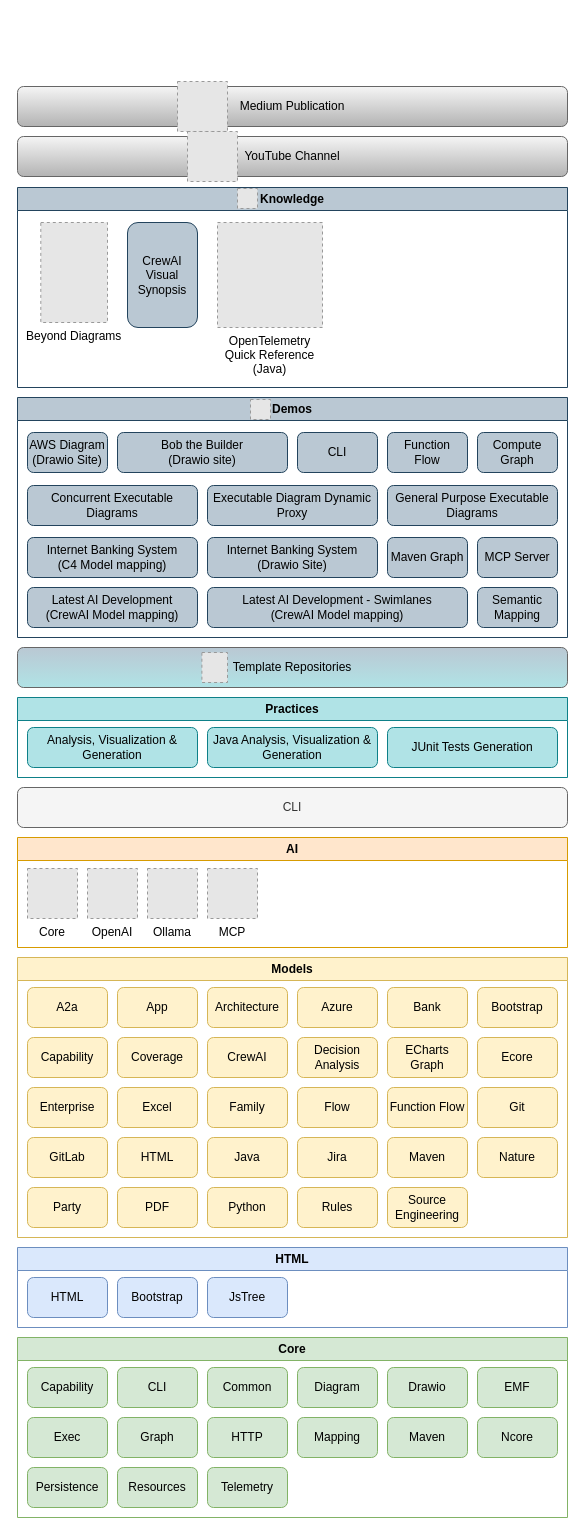
Earlier version of the draw.io diagram model/nasdanika.drawio (Nasdanika/nasdanika.github.io). Source tidied: cells renumbered, new cells numbered last; positions are measured from the earlier drawing's top-left corner, leaving out a move shared by most shapes. Both pictures are drawn from the tidied source at 100%, with x=0, y=0 at pixel (17, 81). Pictures stored in the file or linked from it are replaced by grey dashed boxes.
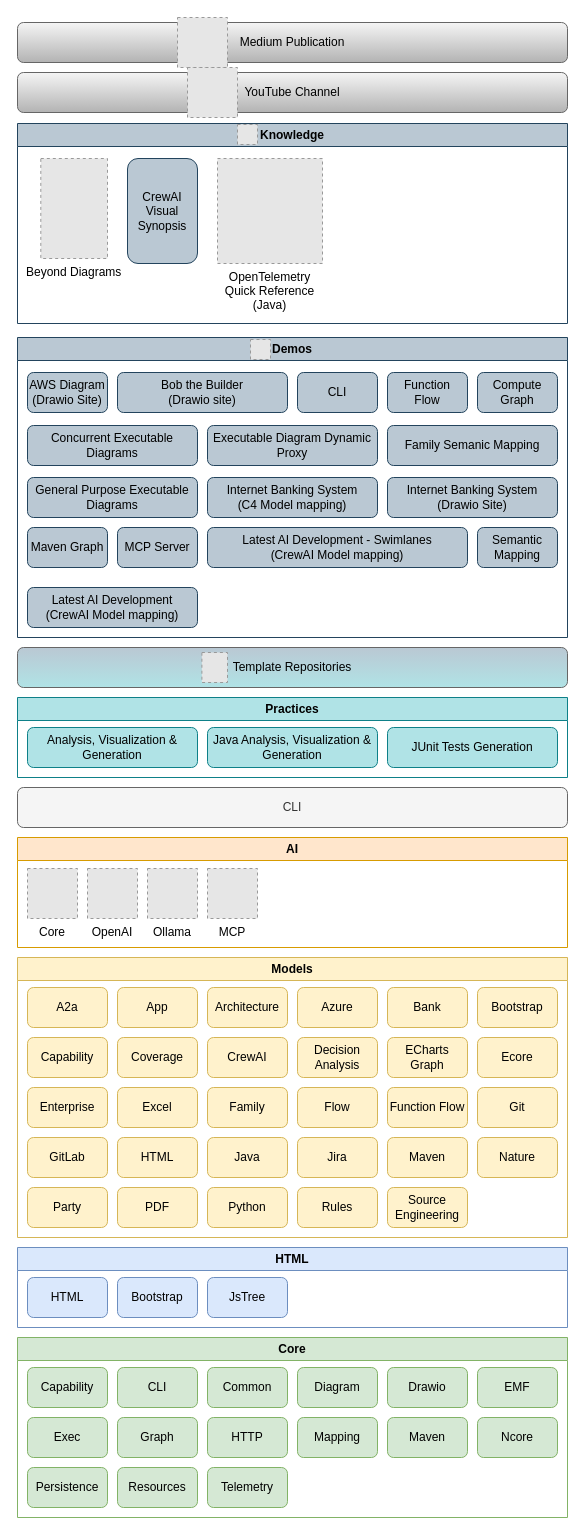
Above is the later version.

What changed in the source:
```diff
@@
     <mxCell id="56" value="Knowledge" style="swimlane;whiteSpace=wrap;html=1;fillColor=#bac8d3;strokeColor=#23445d;" parent="1" vertex="1">
-      <mxGeometry y="106" width="550" height="200" as="geometry" />
+      <mxGeometry y="42" width="550" height="200" as="geometry" />
     </mxCell>
@@
     <mxCell id="62" value="YouTube Channel" style="rounded=1;whiteSpace=wrap;html=1;fillColor=#f5f5f5;strokeColor=#666666;gradientColor=#b3b3b3;" parent="1" vertex="1">
-      <mxGeometry y="55" width="550" height="40" as="geometry" />
+      <mxGeometry y="-9" width="550" height="40" as="geometry" />
     </mxCell>
     <mxCell id="63" value="Medium Publication" style="rounded=1;whiteSpace=wrap;html=1;fillColor=#f5f5f5;strokeColor=#666666;gradientColor=#b3b3b3;" parent="1" vertex="1">
-      <mxGeometry y="5" width="550" height="40" as="geometry" />
+      <mxGeometry y="-59" width="550" height="40" as="geometry" />
     </mxCell>
     <mxCell id="64" style="fillColor=#E6E6E6;strokeColor=#999999;dashed=1;verticalLabelPosition=bottom;labelBackgroundColor=default;verticalAlign=top;" parent="1" vertex="1">
-      <mxGeometry x="160" width="50" height="50" as="geometry" />
+      <mxGeometry x="160" y="-64" width="50" height="50" as="geometry" />
     </mxCell>
     <mxCell id="65" style="fillColor=#E6E6E6;strokeColor=#999999;dashed=1;verticalLabelPosition=bottom;labelBackgroundColor=default;verticalAlign=top;" parent="1" vertex="1">
-      <mxGeometry x="170" y="50" width="50" height="50" as="geometry" />
+      <mxGeometry x="170" y="-14" width="50" height="50" as="geometry" />
     </mxCell>
@@
     <mxCell id="68" value="Demos" style="swimlane;whiteSpace=wrap;html=1;fillColor=#bac8d3;strokeColor=#23445d;" parent="1" vertex="1">
-      <mxGeometry y="316" width="550" height="240" as="geometry" />
+      <mxGeometry y="256" width="550" height="300" as="geometry" />
     </mxCell>
@@
     <mxCell id="75" value="General Purpose Executable Diagrams" style="rounded=1;whiteSpace=wrap;html=1;fillColor=#bac8d3;strokeColor=#23445d;" parent="68" vertex="1">
-      <mxGeometry x="370" y="88" width="170" height="40" as="geometry" />
+      <mxGeometry x="10" y="140" width="170" height="40" as="geometry" />
     </mxCell>
     <mxCell id="76" value="Internet Banking System&lt;div&gt;(Drawio Site)&lt;/div&gt;" style="rounded=1;whiteSpace=wrap;html=1;fillColor=#bac8d3;strokeColor=#23445d;" parent="68" vertex="1">
-      <mxGeometry x="190" y="140" width="170" height="40" as="geometry" />
+      <mxGeometry x="370" y="140" width="170" height="40" as="geometry" />
     </mxCell>
     <mxCell id="77" value="Internet Banking System&lt;div&gt;(C4 Model mapping)&lt;/div&gt;" style="rounded=1;whiteSpace=wrap;html=1;fillColor=#bac8d3;strokeColor=#23445d;" parent="68" vertex="1">
-      <mxGeometry x="10" y="140" width="170" height="40" as="geometry" />
+      <mxGeometry x="190" y="140" width="170" height="40" as="geometry" />
     </mxCell>
     <mxCell id="78" value="Maven&amp;nbsp;&lt;span style=&quot;background-color: transparent; color: light-dark(rgb(0, 0, 0), rgb(255, 255, 255));&quot;&gt;Graph&lt;/span&gt;" style="rounded=1;whiteSpace=wrap;html=1;fillColor=#bac8d3;strokeColor=#23445d;" parent="68" vertex="1">
-      <mxGeometry x="370" y="140" width="80" height="40" as="geometry" />
+      <mxGeometry x="10" y="190" width="80" height="40" as="geometry" />
     </mxCell>
@@
     <mxCell id="82" value="Latest AI Development&lt;div&gt;(CrewAI Model mapping)&lt;/div&gt;" style="rounded=1;whiteSpace=wrap;html=1;fillColor=#bac8d3;strokeColor=#23445d;" parent="68" vertex="1">
-      <mxGeometry x="10" y="190" width="170" height="40" as="geometry" />
+      <mxGeometry x="10" y="250" width="170" height="40" as="geometry" />
     </mxCell>
@@
     <mxCell id="84" value="MCP Server" style="rounded=1;whiteSpace=wrap;html=1;fillColor=#bac8d3;strokeColor=#23445d;" parent="68" vertex="1">
-      <mxGeometry x="460" y="140" width="80" height="40" as="geometry" />
+      <mxGeometry x="100" y="190" width="80" height="40" as="geometry" />
     </mxCell>
+    <mxCell id="90" value="Family Semanic Mapping" style="rounded=1;whiteSpace=wrap;html=1;fillColor=#bac8d3;strokeColor=#23445d;" parent="68" vertex="1">
+      <mxGeometry x="370" y="88" width="170" height="40" as="geometry" />
+    </mxCell>
```
